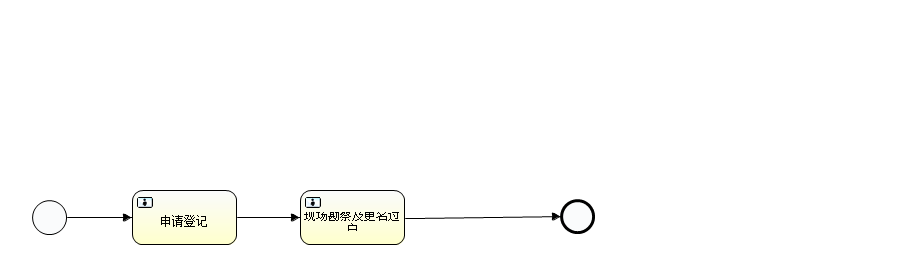
This is src/main/resources/processes/ChangeInformation.png from creSky/bem-server, a BPMN export, as it was before one commit. Its source is kept beside it as src/main/resources/processes/ChangeInformation.bpmn. Ids are renumbered. Source of this version:
```xml
<definitions xmlns="http://www.omg.org/spec/BPMN/20100524/MODEL" xmlns:activiti="http://activiti.org/bpmn" xmlns:bpmndi="http://www.omg.org/spec/BPMN/20100524/DI" xmlns:omgdc="http://www.omg.org/spec/DD/20100524/DC" xmlns:omgdi="http://www.omg.org/spec/DD/20100524/DI" xmlns:tns="http://www.activiti.org/HighVoltageNew" xmlns:xsd="http://www.w3.org/2001/XMLSchema" xmlns:xsi="http://www.w3.org/2001/XMLSchema-instance" expressionLanguage="http://www.w3.org/1999/XPath" id="m1558686676794" name="" targetNamespace="http://www.activiti.org/HighVoltageNew" typeLanguage="http://www.w3.org/2001/XMLSchema">
  <process id="ChangeInformation" isClosed="false" isExecutable="true" name="更名过户" processType="None">
    <startEvent id="startevent1" name="开始"/>
    <userTask activiti:candidateGroups="1" activiti:exclusive="true" id="bem-f1-p1" name="申请登记"/>
    <sequenceFlow id="flow2" sourceRef="startevent1" targetRef="bem-f1-p1"/>
    <userTask activiti:candidateGroups="1" activiti:exclusive="true" id="bem-f1-p21" name="现场勘察及更名过户"/>
    <endEvent id="endevent1" name="End"/>
    <sequenceFlow id="flow28" sourceRef="bem-f1-p21" targetRef="endevent1"/>
    <sequenceFlow id="flow29" sourceRef="bem-f1-p1" targetRef="bem-f1-p21"/>
  </process>
  <bpmndi:BPMNDiagram documentation="background=#FFFFFF;count=1;horizontalcount=1;orientation=0;width=842.4;height=1195.2;imageableWidth=832.4;imageableHeight=1185.2;imageableX=5.0;imageableY=5.0" id="Diagram-_1" name="New Diagram">
    <bpmndi:BPMNPlane bpmnElement="ChangeInformation">
      <bpmndi:BPMNShape bpmnElement="startevent1" id="Shape-startevent1">
        <omgdc:Bounds height="32.0" width="32.0" x="32.0" y="200.0"/>
        <bpmndi:BPMNLabel>
          <omgdc:Bounds height="32.0" width="32.0" x="0.0" y="0.0"/>
        </bpmndi:BPMNLabel>
      </bpmndi:BPMNShape>
      <bpmndi:BPMNShape bpmnElement="bem-f1-p1" id="Shape-bem-f1-p1">
        <omgdc:Bounds height="55.0" width="105.0" x="132.0" y="190.0"/>
        <bpmndi:BPMNLabel>
          <omgdc:Bounds height="55.0" width="105.0" x="0.0" y="0.0"/>
        </bpmndi:BPMNLabel>
      </bpmndi:BPMNShape>
      <bpmndi:BPMNShape bpmnElement="bem-f1-p21" id="Shape-bem-f1-p21">
        <omgdc:Bounds height="55.0" width="105.0" x="300.0" y="190.0"/>
        <bpmndi:BPMNLabel>
          <omgdc:Bounds height="55.0" width="105.0" x="0.0" y="0.0"/>
        </bpmndi:BPMNLabel>
      </bpmndi:BPMNShape>
      <bpmndi:BPMNShape bpmnElement="endevent1" id="Shape-endevent1">
        <omgdc:Bounds height="32.0" width="32.0" x="560.0" y="199.0"/>
        <bpmndi:BPMNLabel>
          <omgdc:Bounds height="32.0" width="32.0" x="0.0" y="0.0"/>
        </bpmndi:BPMNLabel>
      </bpmndi:BPMNShape>
      <bpmndi:BPMNEdge bpmnElement="flow28" id="BPMNEdge_flow28" sourceElement="bem-f1-p21" targetElement="endevent1">
        <omgdi:waypoint x="405.0" y="217.5"/>
        <omgdi:waypoint x="560.0" y="215.0"/>
        <bpmndi:BPMNLabel>
          <omgdc:Bounds height="-1.0" width="-1.0" x="-1.0" y="-1.0"/>
        </bpmndi:BPMNLabel>
      </bpmndi:BPMNEdge>
      <bpmndi:BPMNEdge bpmnElement="flow29" id="BPMNEdge_flow29" sourceElement="bem-f1-p1" targetElement="bem-f1-p21">
        <omgdi:waypoint x="237.0" y="217.5"/>
        <omgdi:waypoint x="300.0" y="217.5"/>
        <bpmndi:BPMNLabel>
          <omgdc:Bounds height="-1.0" width="-1.0" x="-1.0" y="-1.0"/>
        </bpmndi:BPMNLabel>
      </bpmndi:BPMNEdge>
      <bpmndi:BPMNEdge bpmnElement="flow2" id="BPMNEdge_flow2" sourceElement="startevent1" targetElement="bem-f1-p1">
        <omgdi:waypoint x="64.0" y="216.0"/>
        <omgdi:waypoint x="132.0" y="217.5"/>
        <bpmndi:BPMNLabel>
          <omgdc:Bounds height="-1.0" width="-1.0" x="-1.0" y="-1.0"/>
        </bpmndi:BPMNLabel>
      </bpmndi:BPMNEdge>
    </bpmndi:BPMNPlane>
  </bpmndi:BPMNDiagram>
</definitions>
```
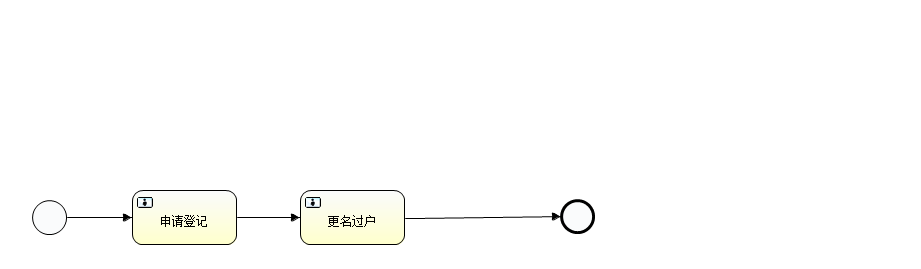
The same diagram one commit later.

The edit, as a diff of the source:
```diff
@@ -1,59 +1,38 @@
-<definitions xmlns="http://www.omg.org/spec/BPMN/20100524/MODEL" xmlns:activiti="http://activiti.org/bpmn" xmlns:bpmndi="http://www.omg.org/spec/BPMN/20100524/DI" xmlns:omgdc="http://www.omg.org/spec/DD/20100524/DC" xmlns:omgdi="http://www.omg.org/spec/DD/20100524/DI" xmlns:tns="http://www.activiti.org/HighVoltageNew" xmlns:xsd="http://www.w3.org/2001/XMLSchema" xmlns:xsi="http://www.w3.org/2001/XMLSchema-instance" expressionLanguage="http://www.w3.org/1999/XPath" id="m1558686676794" name="" targetNamespace="http://www.activiti.org/HighVoltageNew" typeLanguage="http://www.w3.org/2001/XMLSchema">
-  <process id="ChangeInformation" isClosed="false" isExecutable="true" name="更名过户" processType="None">
-    <startEvent id="startevent1" name="开始"/>
-    <userTask activiti:candidateGroups="1" activiti:exclusive="true" id="bem-f1-p1" name="申请登记"/>
-    <sequenceFlow id="flow2" sourceRef="startevent1" targetRef="bem-f1-p1"/>
-    <userTask activiti:candidateGroups="1" activiti:exclusive="true" id="bem-f1-p21" name="现场勘察及更名过户"/>
-    <endEvent id="endevent1" name="End"/>
-    <sequenceFlow id="flow28" sourceRef="bem-f1-p21" targetRef="endevent1"/>
-    <sequenceFlow id="flow29" sourceRef="bem-f1-p1" targetRef="bem-f1-p21"/>
+<definitions xmlns="http://www.omg.org/spec/BPMN/20100524/MODEL" xmlns:xsi="http://www.w3.org/2001/XMLSchema-instance" xmlns:activiti="http://activiti.org/bpmn" xmlns:bpmndi="http://www.omg.org/spec/BPMN/20100524/DI" xmlns:omgdc="http://www.omg.org/spec/DD/20100524/DC" xmlns:omgdi="http://www.omg.org/spec/DD/20100524/DI" xmlns:tns="http://www.activiti.org/HighVoltageNew" xmlns:xsd="http://www.w3.org/2001/XMLSchema" typeLanguage="http://www.w3.org/2001/XMLSchema" expressionLanguage="http://www.w3.org/1999/XPath" targetNamespace="http://www.activiti.org/HighVoltageNew">
+  <process id="ChangeInformation" name="更名过户" isExecutable="true" isClosed="false" processType="None">
+    <startEvent id="startevent1" name="开始"></startEvent>
+    <userTask id="bem-f1-p1" name="申请登记" activiti:candidateGroups="10"></userTask>
+    <sequenceFlow id="flow2" sourceRef="startevent1" targetRef="bem-f1-p1"></sequenceFlow>
+    <userTask id="bem-f1-p22" name="更名过户" activiti:candidateGroups="10"></userTask>
+    <endEvent id="endevent1" name="End"></endEvent>
+    <sequenceFlow id="flow28" sourceRef="bem-f1-p22" targetRef="endevent1"></sequenceFlow>
+    <sequenceFlow id="flow29" sourceRef="bem-f1-p1" targetRef="bem-f1-p22"></sequenceFlow>
   </process>
-  <bpmndi:BPMNDiagram documentation="background=#FFFFFF;count=1;horizontalcount=1;orientation=0;width=842.4;height=1195.2;imageableWidth=832.4;imageableHeight=1185.2;imageableX=5.0;imageableY=5.0" id="Diagram-_1" name="New Diagram">
-    <bpmndi:BPMNPlane bpmnElement="ChangeInformation">
-      <bpmndi:BPMNShape bpmnElement="startevent1" id="Shape-startevent1">
-        <omgdc:Bounds height="32.0" width="32.0" x="32.0" y="200.0"/>
-        <bpmndi:BPMNLabel>
-          <omgdc:Bounds height="32.0" width="32.0" x="0.0" y="0.0"/>
-        </bpmndi:BPMNLabel>
+  <bpmndi:BPMNDiagram id="BPMNDiagram_ChangeInformation">
+    <bpmndi:BPMNPlane bpmnElement="ChangeInformation" id="BPMNPlane_ChangeInformation">
+      <bpmndi:BPMNShape bpmnElement="startevent1" id="BPMNShape_startevent1">
+        <omgdc:Bounds height="35.0" width="35.0" x="32.0" y="200.0"></omgdc:Bounds>
       </bpmndi:BPMNShape>
-      <bpmndi:BPMNShape bpmnElement="bem-f1-p1" id="Shape-bem-f1-p1">
-        <omgdc:Bounds height="55.0" width="105.0" x="132.0" y="190.0"/>
-        <bpmndi:BPMNLabel>
-          <omgdc:Bounds height="55.0" width="105.0" x="0.0" y="0.0"/>
-        </bpmndi:BPMNLabel>
+      <bpmndi:BPMNShape bpmnElement="bem-f1-p1" id="BPMNShape_bem-f1-p1">
+        <omgdc:Bounds height="55.0" width="105.0" x="132.0" y="190.0"></omgdc:Bounds>
       </bpmndi:BPMNShape>
-      <bpmndi:BPMNShape bpmnElement="bem-f1-p21" id="Shape-bem-f1-p21">
-        <omgdc:Bounds height="55.0" width="105.0" x="300.0" y="190.0"/>
-        <bpmndi:BPMNLabel>
-          <omgdc:Bounds height="55.0" width="105.0" x="0.0" y="0.0"/>
-        </bpmndi:BPMNLabel>
+      <bpmndi:BPMNShape bpmnElement="bem-f1-p22" id="BPMNShape_bem-f1-p22">
+        <omgdc:Bounds height="55.0" width="105.0" x="300.0" y="190.0"></omgdc:Bounds>
       </bpmndi:BPMNShape>
-      <bpmndi:BPMNShape bpmnElement="endevent1" id="Shape-endevent1">
-        <omgdc:Bounds height="32.0" width="32.0" x="560.0" y="199.0"/>
-        <bpmndi:BPMNLabel>
-          <omgdc:Bounds height="32.0" width="32.0" x="0.0" y="0.0"/>
-        </bpmndi:BPMNLabel>
+      <bpmndi:BPMNShape bpmnElement="endevent1" id="BPMNShape_endevent1">
+        <omgdc:Bounds height="35.0" width="35.0" x="560.0" y="199.0"></omgdc:Bounds>
       </bpmndi:BPMNShape>
-      <bpmndi:BPMNEdge bpmnElement="flow28" id="BPMNEdge_flow28" sourceElement="bem-f1-p21" targetElement="endevent1">
-        <omgdi:waypoint x="405.0" y="217.5"/>
-        <omgdi:waypoint x="560.0" y="215.0"/>
-        <bpmndi:BPMNLabel>
-          <omgdc:Bounds height="-1.0" width="-1.0" x="-1.0" y="-1.0"/>
-        </bpmndi:BPMNLabel>
+      <bpmndi:BPMNEdge bpmnElement="flow2" id="BPMNEdge_flow2">
+        <omgdi:waypoint x="67.0" y="217.0"></omgdi:waypoint>
+        <omgdi:waypoint x="132.0" y="217.0"></omgdi:waypoint>
       </bpmndi:BPMNEdge>
-      <bpmndi:BPMNEdge bpmnElement="flow29" id="BPMNEdge_flow29" sourceElement="bem-f1-p1" targetElement="bem-f1-p21">
-        <omgdi:waypoint x="237.0" y="217.5"/>
-        <omgdi:waypoint x="300.0" y="217.5"/>
-        <bpmndi:BPMNLabel>
-          <omgdc:Bounds height="-1.0" width="-1.0" x="-1.0" y="-1.0"/>
-        </bpmndi:BPMNLabel>
+      <bpmndi:BPMNEdge bpmnElement="flow28" id="BPMNEdge_flow28">
+        <omgdi:waypoint x="405.0" y="217.0"></omgdi:waypoint>
+        <omgdi:waypoint x="560.0" y="216.0"></omgdi:waypoint>
       </bpmndi:BPMNEdge>
-      <bpmndi:BPMNEdge bpmnElement="flow2" id="BPMNEdge_flow2" sourceElement="startevent1" targetElement="bem-f1-p1">
-        <omgdi:waypoint x="64.0" y="216.0"/>
-        <omgdi:waypoint x="132.0" y="217.5"/>
-        <bpmndi:BPMNLabel>
-          <omgdc:Bounds height="-1.0" width="-1.0" x="-1.0" y="-1.0"/>
-        </bpmndi:BPMNLabel>
+      <bpmndi:BPMNEdge bpmnElement="flow29" id="BPMNEdge_flow29">
+        <omgdi:waypoint x="237.0" y="217.0"></omgdi:waypoint>
+        <omgdi:waypoint x="300.0" y="217.0"></omgdi:waypoint>
       </bpmndi:BPMNEdge>
     </bpmndi:BPMNPlane>
   </bpmndi:BPMNDiagram>
```
